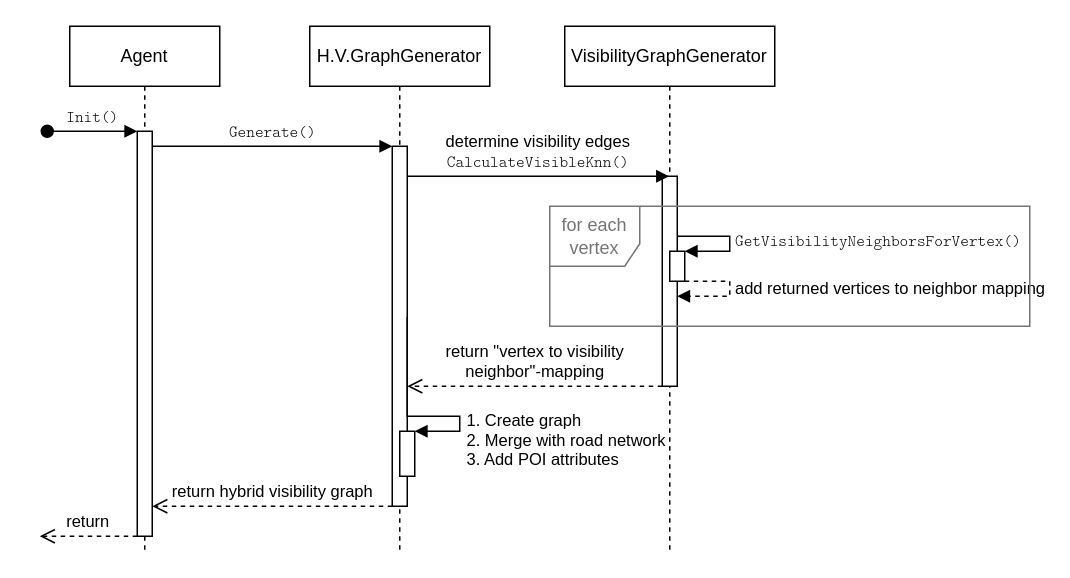
Above: presentation/images/components-sequence-generation-short.drawio in hauke96/master-thesis (draw.io), before the change. Source tidied: cells renumbered, new cells numbered last; positions are measured from the earlier drawing's top-left corner, leaving out a move shared by most shapes. Both pictures are drawn from the tidied source at 150%, with x=0, y=0 at pixel (39, 26).
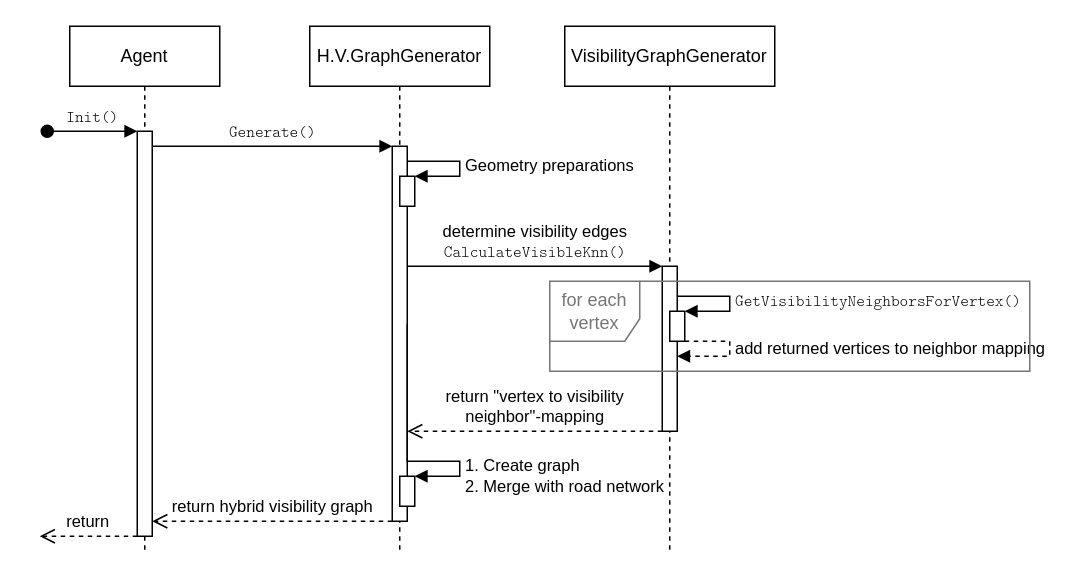
After the change.

Commit message (it also covers changes not shown here):
Update graph generation sequence diagram

Unchanged cells that the change refers to:
```xml
<mxCell id="3" style="html=1;points=[];perimeter=orthogonalPerimeter;outlineConnect=0;targetShapes=umlLifeline;portConstraint=eastwest;newEdgeStyle={&quot;edgeStyle&quot;:&quot;elbowEdgeStyle&quot;,&quot;elbow&quot;:&quot;vertical&quot;,&quot;curved&quot;:0,&quot;rounded&quot;:0};fontFamily=Linux Libertine;" parent="2" vertex="1">
  <mxGeometry x="45" y="70" width="10" height="270" as="geometry" />
</mxCell>
<mxCell id="5" value="H.V.GraphGenerator" style="shape=umlLifeline;perimeter=lifelinePerimeter;whiteSpace=wrap;html=1;newEdgeStyle={&quot;edgeStyle&quot;:&quot;elbowEdgeStyle&quot;,&quot;elbow&quot;:&quot;vertical&quot;,&quot;curved&quot;:0,&quot;rounded&quot;:0};fontFamily=Linux Libertine;" parent="1" vertex="1">
  <mxGeometry x="180" width="120" height="350" as="geometry" />
</mxCell>
<mxCell id="11" value="&lt;div&gt;VisibilityGraphGenerator&lt;/div&gt;" style="shape=umlLifeline;perimeter=lifelinePerimeter;whiteSpace=wrap;html=1;outlineConnect=0;portConstraint=eastwest;newEdgeStyle={&quot;edgeStyle&quot;:&quot;elbowEdgeStyle&quot;,&quot;elbow&quot;:&quot;vertical&quot;,&quot;curved&quot;:0,&quot;rounded&quot;:0};fontFamily=Linux Libertine;" parent="1" vertex="1">
  <mxGeometry x="350" width="140" height="350" as="geometry" />
</mxCell>
```

Change to the diagram source:
```diff
@@
     <mxCell id="6" style="html=1;points=[];perimeter=orthogonalPerimeter;outlineConnect=0;targetShapes=umlLifeline;portConstraint=eastwest;newEdgeStyle={&quot;edgeStyle&quot;:&quot;elbowEdgeStyle&quot;,&quot;elbow&quot;:&quot;vertical&quot;,&quot;curved&quot;:0,&quot;rounded&quot;:0};fontFamily=Linux Libertine;" parent="5" vertex="1">
-      <mxGeometry x="55" y="80" width="10" height="240" as="geometry" />
+      <mxGeometry x="55" y="80" width="10" height="250" as="geometry" />
     </mxCell>
     <mxCell id="7" style="html=1;points=[];perimeter=orthogonalPerimeter;outlineConnect=0;targetShapes=umlLifeline;portConstraint=eastwest;newEdgeStyle={&quot;edgeStyle&quot;:&quot;elbowEdgeStyle&quot;,&quot;elbow&quot;:&quot;vertical&quot;,&quot;curved&quot;:0,&quot;rounded&quot;:0};" parent="5" vertex="1">
-      <mxGeometry x="60" y="270" width="10" height="30" as="geometry" />
+      <mxGeometry x="60" y="300" width="10" height="20" as="geometry" />
     </mxCell>
-    <mxCell id="8" value="&lt;div&gt;&lt;font face=&quot;Linux Libertine&quot;&gt;1. Create graph&lt;/font&gt;&lt;/div&gt;&lt;div&gt;&lt;font face=&quot;Linux Libertine&quot;&gt;2. Merge with road network&lt;/font&gt;&lt;/div&gt;&lt;div&gt;&lt;font face=&quot;Linux Libertine&quot;&gt;3. Add POI attributes&lt;br&gt;&lt;/font&gt;&lt;/div&gt;" style="html=1;align=left;spacingLeft=33;endArrow=block;rounded=0;edgeStyle=orthogonalEdgeStyle;curved=0;rounded=0;exitX=1;exitY=0.474;exitDx=0;exitDy=0;exitPerimeter=0;verticalAlign=middle;spacingTop=31;" parent="5" edge="1" source="6" target="7">
+    <mxCell id="8" value="&lt;div&gt;&lt;font face=&quot;Linux Libertine&quot;&gt;1. Create graph&lt;/font&gt;&lt;/div&gt;&lt;div&gt;&lt;font face=&quot;Linux Libertine&quot;&gt;2. Merge with road network&lt;/font&gt;&lt;/div&gt;" style="html=1;align=left;spacingLeft=37;endArrow=block;rounded=0;edgeStyle=orthogonalEdgeStyle;curved=0;rounded=0;exitX=1;exitY=0.474;exitDx=0;exitDy=0;exitPerimeter=0;verticalAlign=middle;spacingTop=36;jumpSize=6;" parent="5" edge="1" source="6" target="7">
       <mxGeometry relative="1" as="geometry">
         <Array as="points">
-          <mxPoint x="100" y="260" />
-          <mxPoint x="100" y="270" />
+          <mxPoint x="65" y="290" />
+          <mxPoint x="100" y="290" />
+          <mxPoint x="100" y="300" />
         </Array>
       </mxGeometry>
     </mxCell>
+    <mxCell id="20" style="html=1;points=[];perimeter=orthogonalPerimeter;outlineConnect=0;targetShapes=umlLifeline;portConstraint=eastwest;newEdgeStyle={&quot;edgeStyle&quot;:&quot;elbowEdgeStyle&quot;,&quot;elbow&quot;:&quot;vertical&quot;,&quot;curved&quot;:0,&quot;rounded&quot;:0};" parent="5" vertex="1">
+      <mxGeometry x="60" y="100" width="10" height="20" as="geometry" />
+    </mxCell>
+    <mxCell id="21" value="&lt;font face=&quot;Linux Libertine&quot;&gt;Geometry preparations&lt;br&gt;&lt;/font&gt;" style="html=1;align=left;spacingLeft=2;endArrow=block;rounded=0;edgeStyle=orthogonalEdgeStyle;curved=0;rounded=0;" parent="5" edge="1" source="6" target="20">
+      <mxGeometry relative="1" as="geometry">
+        <Array as="points">
+          <mxPoint x="100" y="90" />
+          <mxPoint x="100" y="100" />
+        </Array>
+      </mxGeometry>
+    </mxCell>
@@
     <mxCell id="10" value="return hybrid visibility graph" style="html=1;verticalAlign=bottom;endArrow=open;dashed=1;endSize=8;edgeStyle=elbowEdgeStyle;elbow=vertical;curved=0;rounded=0;fontFamily=Linux Libertine;spacing=3;" parent="1" edge="1" source="6" target="3">
       <mxGeometry relative="1" as="geometry">
         <Array as="points">
-          <mxPoint x="210" y="320" />
+          <mxPoint x="210" y="330" />
           <mxPoint x="210" y="540" />
           <mxPoint x="210" y="570" />
           <mxPoint x="240" y="290" />
           <mxPoint x="210" y="280" />
           <mxPoint x="190" y="190" />
           <mxPoint x="220" y="200" />
           <mxPoint x="170" y="240" />
         </Array>
       </mxGeometry>
     </mxCell>
@@
     <mxCell id="12" style="html=1;points=[];perimeter=orthogonalPerimeter;outlineConnect=0;targetShapes=umlLifeline;portConstraint=eastwest;newEdgeStyle={&quot;edgeStyle&quot;:&quot;elbowEdgeStyle&quot;,&quot;elbow&quot;:&quot;vertical&quot;,&quot;curved&quot;:0,&quot;rounded&quot;:0};fontFamily=Linux Libertine;" parent="11" vertex="1">
-      <mxGeometry x="65" y="100" width="10" height="140" as="geometry" />
+      <mxGeometry x="65" y="160" width="10" height="110" as="geometry" />
     </mxCell>
     <mxCell id="13" style="html=1;points=[];perimeter=orthogonalPerimeter;outlineConnect=0;targetShapes=umlLifeline;portConstraint=eastwest;newEdgeStyle={&quot;edgeStyle&quot;:&quot;elbowEdgeStyle&quot;,&quot;elbow&quot;:&quot;vertical&quot;,&quot;curved&quot;:0,&quot;rounded&quot;:0};" parent="11" vertex="1">
-      <mxGeometry x="70" y="150" width="10" height="20" as="geometry" />
+      <mxGeometry x="70" y="190" width="10" height="20" as="geometry" />
     </mxCell>
     <mxCell id="14" value="&lt;div&gt;&lt;font&gt;GetVisibilityNeighborsForVertex()&lt;br&gt;&lt;/font&gt;&lt;/div&gt;" style="html=1;align=left;spacingLeft=2;endArrow=block;rounded=0;edgeStyle=orthogonalEdgeStyle;curved=0;rounded=0;fontFamily=Latin Modern Mono Light;" parent="11" edge="1" source="12" target="13">
       <mxGeometry relative="1" as="geometry">
         <Array as="points">
-          <mxPoint x="110" y="140" />
-          <mxPoint x="110" y="150" />
+          <mxPoint x="110" y="180" />
+          <mxPoint x="110" y="190" />
+          <mxPoint x="75" y="190" />
         </Array>
       </mxGeometry>
     </mxCell>
     <mxCell id="15" value="add returned vertices to neighbor mapping" style="html=1;align=left;spacingLeft=2;endArrow=block;rounded=0;edgeStyle=orthogonalEdgeStyle;curved=0;rounded=0;fontFamily=Linux Libertine;dashed=1;" parent="11" edge="1" source="13" target="12">
       <mxGeometry x="-0.08" relative="1" as="geometry">
         <Array as="points">
-          <mxPoint x="110" y="170" />
-          <mxPoint x="110" y="180" />
+          <mxPoint x="110" y="210" />
+          <mxPoint x="110" y="220" />
         </Array>
       </mxGeometry>
     </mxCell>
-    <mxCell id="16" value="&lt;div&gt;determine visibility edges&lt;/div&gt;&lt;div&gt;&lt;font face=&quot;Latin Modern Mono Light&quot;&gt;CalculateVisibleKnn()&lt;/font&gt;&lt;/div&gt;" style="html=1;verticalAlign=bottom;endArrow=block;edgeStyle=elbowEdgeStyle;elbow=vertical;curved=0;rounded=0;fontFamily=Linux Libertine;spacing=3;" parent="1" edge="1" source="6" target="11">
+    <mxCell id="16" value="&lt;div&gt;determine visibility edges&lt;/div&gt;&lt;div&gt;&lt;font face=&quot;Latin Modern Mono Light&quot;&gt;CalculateVisibleKnn()&lt;/font&gt;&lt;/div&gt;" style="html=1;verticalAlign=bottom;endArrow=block;edgeStyle=elbowEdgeStyle;elbow=vertical;curved=0;rounded=0;fontFamily=Linux Libertine;spacing=3;" parent="1" edge="1" source="6" target="12">
       <mxGeometry relative="1" as="geometry">
         <Array as="points">
-          <mxPoint x="280" y="100" />
+          <mxPoint x="410" y="160" />
           <mxPoint x="330" y="110" />
           <mxPoint x="410" y="90" />
           <mxPoint x="380" y="120" />
           <mxPoint x="290" y="210" />
         </Array>
       </mxGeometry>
     </mxCell>
     <mxCell id="17" value="&lt;div&gt;return &quot;vertex to visibility&lt;/div&gt;&lt;div&gt;neighbor&quot;-mapping&lt;/div&gt;" style="html=1;verticalAlign=bottom;endArrow=open;dashed=1;endSize=8;edgeStyle=elbowEdgeStyle;elbow=vertical;curved=0;rounded=0;fontFamily=Linux Libertine;spacing=3;" parent="1" edge="1" source="12" target="6">
       <mxGeometry relative="1" as="geometry">
         <Array as="points">
-          <mxPoint x="410" y="240" />
+          <mxPoint x="410" y="270" />
           <mxPoint x="360" y="260" />
           <mxPoint x="380" y="180" />
           <mxPoint x="390" y="220" />
           <mxPoint x="400" y="180" />
         </Array>
       </mxGeometry>
     </mxCell>
@@
     <mxCell id="19" value="&lt;font face=&quot;Linux Libertine&quot;&gt;for each vertex&lt;br&gt;&lt;/font&gt;" style="shape=umlFrame;whiteSpace=wrap;html=1;width=60;height=40;strokeColor=#757575;fontColor=#757575;" parent="1" vertex="1">
-      <mxGeometry x="340" y="120" width="320" height="80" as="geometry" />
+      <mxGeometry x="340" y="170" width="320" height="60" as="geometry" />
     </mxCell>
```
